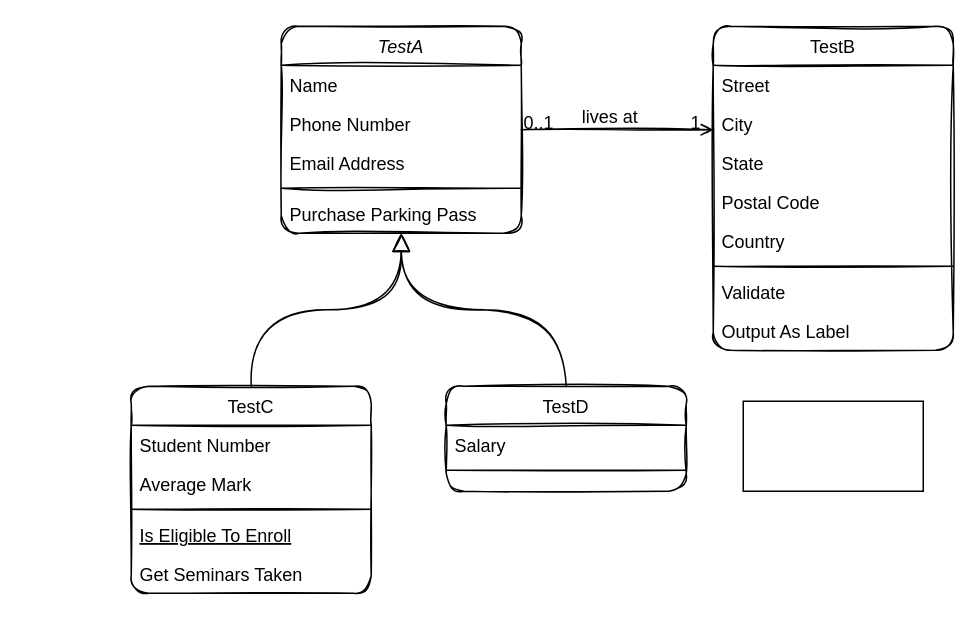
This is frontend/categories/sorting-categories.drawio from HunnySajid/draw, a draw.io file, before an edit. Source tidied: cells renumbered, new cells numbered last; positions are measured from the earlier drawing's top-left corner, leaving out a move shared by most shapes. Both pictures are drawn from the tidied source at 150%, with x=0, y=0 at pixel (130, 26).
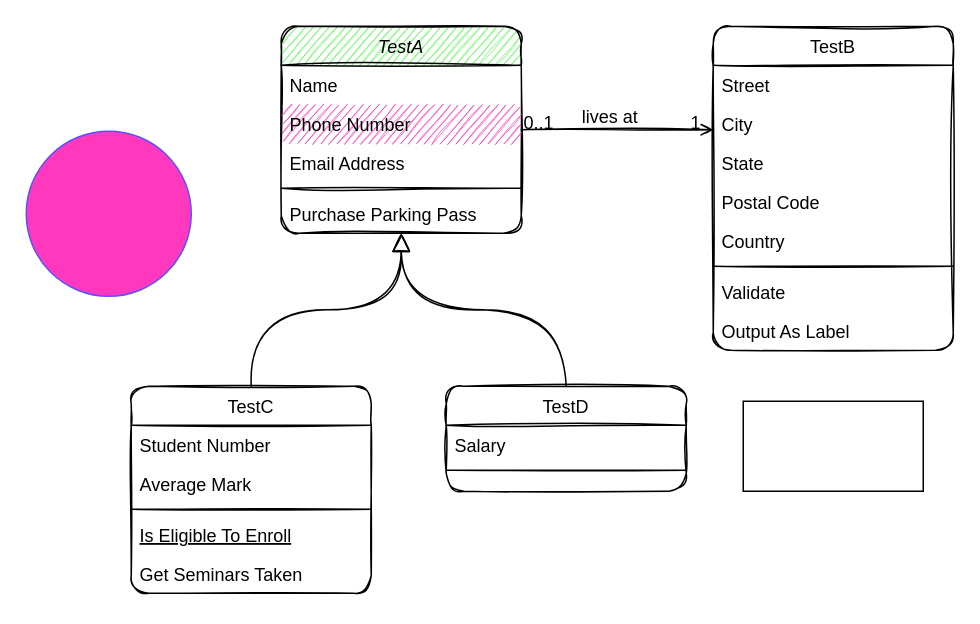
Above is the later version.

The edit, as a diff of the source:
```diff
@@
-    <mxCell id="2" value="TestA" style="swimlane;fontStyle=2;align=center;verticalAlign=top;horizontal=1;startSize=26;rounded=1;shadow=0;strokeWidth=1;sketch=1;" parent="1" vertex="1">
+    <mxCell id="2" value="TestA" style="swimlane;fontStyle=2;align=center;verticalAlign=top;horizontal=1;startSize=26;rounded=1;shadow=0;strokeWidth=1;sketch=1;fillColor=#57FF52;" parent="1" vertex="1">
       <mxGeometry x="100" width="160" height="138" as="geometry" />
     </mxCell>
@@
-    <mxCell id="4" value="Phone Number" style="text;align=left;verticalAlign=top;spacingLeft=4;spacingRight=4;overflow=hidden;rounded=1;shadow=0;html=0;sketch=1;" parent="2" vertex="1">
+    <mxCell id="4" value="Phone Number" style="text;align=left;verticalAlign=top;spacingLeft=4;spacingRight=4;overflow=hidden;rounded=1;shadow=0;html=0;sketch=1;fillColor=#FF38BD;" parent="2" vertex="1">
       <mxGeometry y="52" width="160" height="26" as="geometry" />
     </mxCell>
@@
+    <mxCell id="33" style="ellipse;whiteSpace=wrap;html=1;fillColor=#FF38BD;strokeColor=#5B4FFF;" parent="1" vertex="1">
+      <mxGeometry x="-70" y="70" width="110" height="110" as="geometry" />
+    </mxCell>
```
